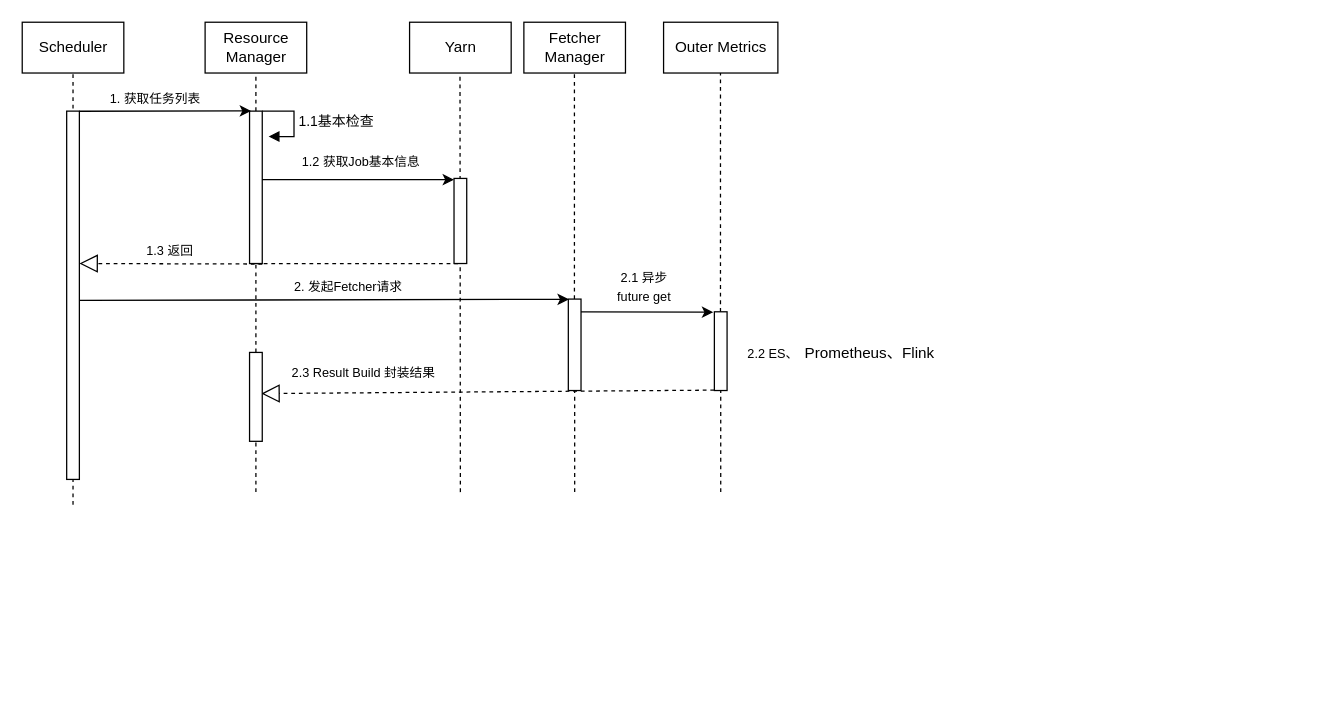
The draw.io diagram warship/Warship-关键时序图.drawio in imperio-wxm/draw, before the edit. Source tidied: cells renumbered, new cells numbered last; positions are measured from the earlier drawing's top-left corner, leaving out a move shared by most shapes. Both pictures are drawn from the tidied source at 127%, with x=0, y=0 at pixel (22, 22).
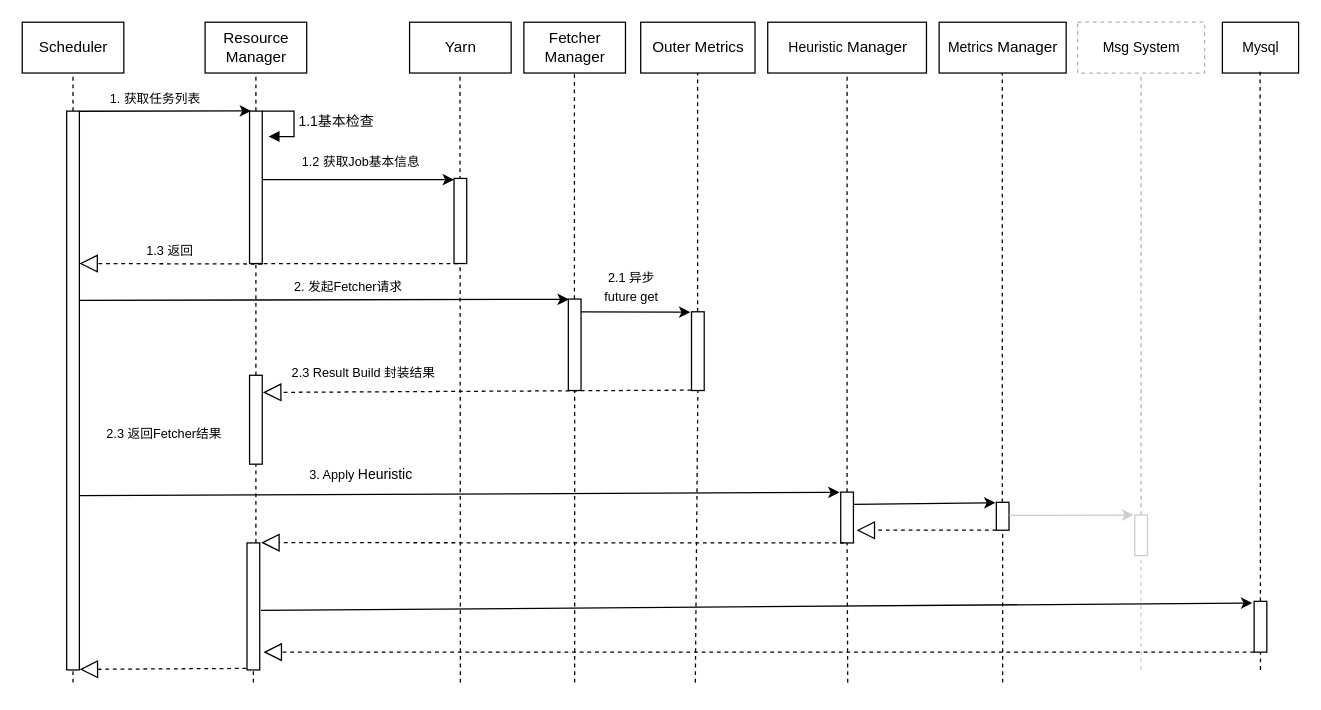
The same page after the edit.

Commit message (it also covers changes not shown here):
Update Warship-关键时序图.drawio

The change refers to these unchanged cells:
```xml
<mxCell id="2" value="Scheduler" style="html=1;" parent="1" vertex="1">
  <mxGeometry width="80" height="40" as="geometry" />
</mxCell>
<mxCell id="23" style="html=1;points=[];perimeter=orthogonalPerimeter;" parent="1" vertex="1">
  <mxGeometry x="430" y="218" width="10" height="72" as="geometry" />
</mxCell>
```

The edit, as a diff of the source:
```diff
@@
     <mxCell id="3" style="endArrow=none;dashed=1;html=1;entryX=0.5;entryY=1;entryDx=0;entryDy=0;" parent="1" edge="1" target="2">
       <mxGeometry relative="1" as="geometry">
-        <mxPoint x="40" y="380" as="sourcePoint" />
+        <mxPoint x="40" y="520" as="sourcePoint" />
       </mxGeometry>
     </mxCell>
     <mxCell id="4" style="html=1;points=[];perimeter=orthogonalPerimeter;" parent="1" vertex="1">
-      <mxGeometry x="35" y="70" width="10" height="290" as="geometry" />
+      <mxGeometry x="35" y="70" width="10" height="440" as="geometry" />
     </mxCell>
@@
     <mxCell id="13" value="Outer Metrics" style="html=1;" parent="1" vertex="1">
-      <mxGeometry x="505" width="90" height="40" as="geometry" />
+      <mxGeometry x="487" width="90" height="40" as="geometry" />
     </mxCell>
@@
     <mxCell id="15" style="endArrow=none;dashed=1;html=1;entryX=0.5;entryY=1;entryDx=0;entryDy=0;" parent="1" edge="1">
       <mxGeometry relative="1" as="geometry">
-        <mxPoint x="345" y="370" as="sourcePoint" />
+        <mxPoint x="345" y="520" as="sourcePoint" />
         <mxPoint x="344.7" y="40" as="targetPoint" />
       </mxGeometry>
     </mxCell>
@@
     <mxCell id="24" style="endArrow=none;dashed=1;html=1;entryX=0.5;entryY=1;entryDx=0;entryDy=0;" parent="1" edge="1" target="23">
       <mxGeometry relative="1" as="geometry">
-        <mxPoint x="435" y="370" as="sourcePoint" />
+        <mxPoint x="435" y="520" as="sourcePoint" />
       </mxGeometry>
     </mxCell>
@@
     <mxCell id="27" style="endArrow=none;dashed=1;html=1;entryX=0.5;entryY=1;entryDx=0;entryDy=0;" parent="1" edge="1" source="28">
       <mxGeometry relative="1" as="geometry">
-        <mxPoint x="549.8" y="40" as="targetPoint" />
+        <mxPoint x="531.8" y="40" as="targetPoint" />
       </mxGeometry>
     </mxCell>
     <mxCell id="28" style="html=1;points=[];perimeter=orthogonalPerimeter;" parent="1" vertex="1">
-      <mxGeometry x="545" y="228" width="10" height="62" as="geometry" />
+      <mxGeometry x="527" y="228" width="10" height="62" as="geometry" />
     </mxCell>
     <mxCell id="29" style="endArrow=none;dashed=1;html=1;entryX=0.5;entryY=1;entryDx=0;entryDy=0;" parent="1" edge="1" target="28">
       <mxGeometry relative="1" as="geometry">
-        <mxPoint x="550" y="370" as="sourcePoint" />
+        <mxPoint x="530" y="520" as="sourcePoint" />
       </mxGeometry>
     </mxCell>
@@
-    <mxCell id="31" style="endArrow=block;dashed=1;endFill=0;endSize=12;html=1;exitX=-0.017;exitY=0.995;exitDx=0;exitDy=0;exitPerimeter=0;entryX=0.92;entryY=0.463;entryDx=0;entryDy=0;entryPerimeter=0;" parent="1" edge="1" source="28" target="34">
+    <mxCell id="31" style="endArrow=block;dashed=1;endFill=0;endSize=12;html=1;exitX=-0.017;exitY=0.995;exitDx=0;exitDy=0;exitPerimeter=0;entryX=1.056;entryY=0.193;entryDx=0;entryDy=0;entryPerimeter=0;" parent="1" edge="1" source="28" target="34">
       <mxGeometry relative="1" as="geometry" />
     </mxCell>
     <mxCell id="32" value="&lt;font&gt;&lt;span style=&quot;font-size: 10px&quot;&gt;2.1 异步 future&amp;nbsp;get&lt;/span&gt;&lt;/font&gt;" style="text;html=1;strokeColor=none;fillColor=none;align=center;verticalAlign=middle;whiteSpace=wrap;rounded=0;" parent="1" vertex="1">
-      <mxGeometry x="455" y="194" width="70" height="28" as="geometry" />
+      <mxGeometry x="445" y="194" width="70" height="28" as="geometry" />
     </mxCell>
-    <mxCell id="33" value="&lt;font&gt;&lt;span style=&quot;font-size: 10px&quot;&gt;2.2 ES、&lt;/span&gt;&lt;/font&gt;&lt;span style=&quot;font-family: &amp;#34;microsoft yahei&amp;#34; ; font-size: 18px&quot;&gt;&amp;nbsp;&lt;/span&gt;&lt;span style=&quot;font-family: &amp;#34;microsoft yahei&amp;#34;&quot;&gt;&lt;font style=&quot;font-size: 12px&quot;&gt;Prometheus、Flink&lt;/font&gt;&lt;/span&gt;" style="text;html=1;strokeColor=none;fillColor=none;align=center;verticalAlign=middle;whiteSpace=wrap;rounded=0;" parent="1" vertex="1">
-      <mxGeometry x="555" y="245" width="180" height="28" as="geometry" />
-    </mxCell>
     <mxCell id="34" style="html=1;points=[];perimeter=orthogonalPerimeter;" parent="1" vertex="1">
-      <mxGeometry x="179" y="260" width="10" height="70" as="geometry" />
+      <mxGeometry x="179" y="278" width="10" height="70" as="geometry" />
     </mxCell>
-    <mxCell id="35" style="endArrow=none;dashed=1;html=1;entryX=0.5;entryY=1;entryDx=0;entryDy=0;" parent="1" edge="1" target="34">
-      <mxGeometry relative="1" as="geometry">
-        <mxPoint x="184" y="370" as="sourcePoint" />
-      </mxGeometry>
+    <mxCell id="35" style="endArrow=none;dashed=1;html=1;entryX=0.5;entryY=1;entryDx=0;entryDy=0;" parent="1" edge="1" source="57" target="34">
+      <mxGeometry relative="1" as="geometry" />
     </mxCell>
@@
+    <mxCell id="37" value="&lt;span style=&quot;font-size: 11px&quot;&gt;Heuristic&lt;/span&gt;&amp;nbsp;Manager" style="html=1;" parent="1" vertex="1">
+      <mxGeometry x="587" width="125" height="40" as="geometry" />
+    </mxCell>
+    <mxCell id="38" style="endArrow=block;dashed=1;endFill=0;endSize=12;html=1;exitX=-0.06;exitY=0.988;exitDx=0;exitDy=0;exitPerimeter=0;entryX=1.02;entryY=0.999;entryDx=0;entryDy=0;entryPerimeter=0;" parent="1" edge="1" source="57" target="4">
+      <mxGeometry relative="1" as="geometry" />
+    </mxCell>
+    <mxCell id="39" value="&lt;span style=&quot;font-size: 10px&quot;&gt;2.3 返回Fetcher结果&lt;/span&gt;" style="text;html=1;strokeColor=none;fillColor=none;align=center;verticalAlign=middle;whiteSpace=wrap;rounded=0;" parent="1" vertex="1">
+      <mxGeometry x="22" y="310" width="180" height="28" as="geometry" />
+    </mxCell>
+    <mxCell id="40" style="endArrow=none;dashed=1;html=1;entryX=0.5;entryY=1;entryDx=0;entryDy=0;" parent="1" edge="1" source="42" target="37">
+      <mxGeometry relative="1" as="geometry" />
+    </mxCell>
+    <mxCell id="41" style="endArrow=classic;html=1;exitX=1.014;exitY=0.895;exitDx=0;exitDy=0;exitPerimeter=0;entryX=-0.091;entryY=0.005;entryDx=0;entryDy=0;entryPerimeter=0;" parent="1" edge="1" target="42">
+      <mxGeometry relative="1" as="geometry">
+        <mxPoint x="44.7" y="372.8" as="sourcePoint" />
+      </mxGeometry>
+    </mxCell>
+    <mxCell id="42" style="html=1;points=[];perimeter=orthogonalPerimeter;" parent="1" vertex="1">
+      <mxGeometry x="644.5" y="370" width="10" height="40" as="geometry" />
+    </mxCell>
+    <mxCell id="43" style="endArrow=none;dashed=1;html=1;entryX=0.5;entryY=1;entryDx=0;entryDy=0;" parent="1" edge="1" target="42">
+      <mxGeometry relative="1" as="geometry">
+        <mxPoint x="650" y="520" as="sourcePoint" />
+      </mxGeometry>
+    </mxCell>
+    <mxCell id="44" value="&lt;span style=&quot;font-size: 10px&quot;&gt;3. Apply&amp;nbsp;&lt;/span&gt;&lt;span style=&quot;font-size: 11px&quot;&gt;Heuristic&lt;/span&gt;" style="text;html=1;strokeColor=none;fillColor=none;align=center;verticalAlign=middle;whiteSpace=wrap;rounded=0;" parent="1" vertex="1">
+      <mxGeometry x="177" y="342" width="180" height="28" as="geometry" />
+    </mxCell>
+    <mxCell id="45" value="&lt;span style=&quot;font-size: 11px&quot;&gt;Metrics&lt;/span&gt; Manager" style="html=1;" parent="1" vertex="1">
+      <mxGeometry x="722" width="100" height="40" as="geometry" />
+    </mxCell>
+    <mxCell id="46" style="endArrow=none;dashed=1;html=1;entryX=0.5;entryY=1;entryDx=0;entryDy=0;" parent="1" edge="1" source="47">
+      <mxGeometry relative="1" as="geometry">
+        <mxPoint x="771.7" y="40" as="targetPoint" />
+      </mxGeometry>
+    </mxCell>
+    <mxCell id="47" style="html=1;points=[];perimeter=orthogonalPerimeter;" parent="1" vertex="1">
+      <mxGeometry x="767" y="378" width="10" height="22" as="geometry" />
+    </mxCell>
+    <mxCell id="48" style="endArrow=none;dashed=1;html=1;entryX=0.5;entryY=1;entryDx=0;entryDy=0;" parent="1" edge="1" target="47">
+      <mxGeometry relative="1" as="geometry">
+        <mxPoint x="772" y="520" as="sourcePoint" />
+      </mxGeometry>
+    </mxCell>
+    <mxCell id="49" style="endArrow=classic;html=1;exitX=0.983;exitY=0.242;exitDx=0;exitDy=0;exitPerimeter=0;entryX=-0.061;entryY=0.015;entryDx=0;entryDy=0;entryPerimeter=0;" parent="1" edge="1" source="42" target="47">
+      <mxGeometry relative="1" as="geometry" />
+    </mxCell>
+    <mxCell id="50" style="endArrow=block;dashed=1;endFill=0;endSize=12;html=1;exitX=0.1;exitY=1;exitDx=0;exitDy=0;exitPerimeter=0;" parent="1" edge="1">
+      <mxGeometry relative="1" as="geometry">
+        <mxPoint x="767" y="399.9" as="sourcePoint" />
+        <mxPoint x="657" y="400" as="targetPoint" />
+      </mxGeometry>
+    </mxCell>
+    <mxCell id="51" value="&lt;span style=&quot;font-size: 11px&quot;&gt;Msg System&lt;/span&gt;" style="html=1;dashed=1;strokeColor=#B3B3B3;" parent="1" vertex="1">
+      <mxGeometry x="831" width="100" height="40" as="geometry" />
+    </mxCell>
+    <mxCell id="52" style="endArrow=none;dashed=1;html=1;entryX=0.5;entryY=1;entryDx=0;entryDy=0;strokeColor=#B3B3B3;" parent="1" edge="1" source="53">
+      <mxGeometry relative="1" as="geometry">
+        <mxPoint x="881" y="40" as="targetPoint" />
+      </mxGeometry>
+    </mxCell>
+    <mxCell id="53" style="html=1;points=[];perimeter=orthogonalPerimeter;strokeColor=#CCCCCC;" parent="1" vertex="1">
+      <mxGeometry x="876" y="388" width="10" height="32" as="geometry" />
+    </mxCell>
+    <mxCell id="54" style="endArrow=none;dashed=1;html=1;entryX=0.5;entryY=1;entryDx=0;entryDy=0;strokeColor=#CCCCCC;" parent="1" edge="1" target="53">
+      <mxGeometry relative="1" as="geometry">
+        <mxPoint x="881" y="510" as="sourcePoint" />
+      </mxGeometry>
+    </mxCell>
+    <mxCell id="55" style="endArrow=classic;html=1;exitX=1.009;exitY=0.47;exitDx=0;exitDy=0;exitPerimeter=0;strokeColor=#CCCCCC;" parent="1" edge="1" source="47">
+      <mxGeometry relative="1" as="geometry">
+        <mxPoint x="875" y="388" as="targetPoint" />
+      </mxGeometry>
+    </mxCell>
+    <mxCell id="56" style="endArrow=block;dashed=1;endFill=0;endSize=12;html=1;exitX=0.1;exitY=1;exitDx=0;exitDy=0;exitPerimeter=0;entryX=1.117;entryY=-0.002;entryDx=0;entryDy=0;entryPerimeter=0;" parent="1" edge="1" target="57">
+      <mxGeometry relative="1" as="geometry">
+        <mxPoint x="647" y="410" as="sourcePoint" />
+      </mxGeometry>
+    </mxCell>
+    <mxCell id="57" style="html=1;points=[];perimeter=orthogonalPerimeter;" parent="1" vertex="1">
+      <mxGeometry x="177" y="410" width="10" height="100" as="geometry" />
+    </mxCell>
+    <mxCell id="58" style="endArrow=none;dashed=1;html=1;entryX=0.5;entryY=1;entryDx=0;entryDy=0;" parent="1" edge="1" target="57">
+      <mxGeometry relative="1" as="geometry">
+        <mxPoint x="182" y="520" as="sourcePoint" />
+      </mxGeometry>
+    </mxCell>
+    <mxCell id="59" value="&lt;span style=&quot;font-size: 11px&quot;&gt;Mysql&lt;/span&gt;" style="html=1;" parent="1" vertex="1">
+      <mxGeometry x="945" width="60" height="40" as="geometry" />
+    </mxCell>
+    <mxCell id="60" style="endArrow=none;dashed=1;html=1;entryX=0.5;entryY=1;entryDx=0;entryDy=0;" parent="1" edge="1">
+      <mxGeometry relative="1" as="geometry">
+        <mxPoint x="975" y="510" as="sourcePoint" />
+        <mxPoint x="974.7" y="39" as="targetPoint" />
+      </mxGeometry>
+    </mxCell>
+    <mxCell id="61" style="html=1;points=[];perimeter=orthogonalPerimeter;" parent="1" vertex="1">
+      <mxGeometry x="970" y="456" width="10" height="40" as="geometry" />
+    </mxCell>
+    <mxCell id="62" style="endArrow=classic;html=1;entryX=-0.138;entryY=0.032;entryDx=0;entryDy=0;entryPerimeter=0;exitX=1.1;exitY=0.532;exitDx=0;exitDy=0;exitPerimeter=0;" parent="1" edge="1" source="57" target="61">
+      <mxGeometry relative="1" as="geometry" />
+    </mxCell>
+    <mxCell id="63" style="endArrow=block;dashed=1;endFill=0;endSize=12;html=1;exitX=0.1;exitY=1;exitDx=0;exitDy=0;exitPerimeter=0;" parent="1" edge="1">
+      <mxGeometry relative="1" as="geometry">
+        <mxPoint x="970" y="496" as="sourcePoint" />
+        <mxPoint x="190" y="496" as="targetPoint" />
+      </mxGeometry>
+    </mxCell>
```
